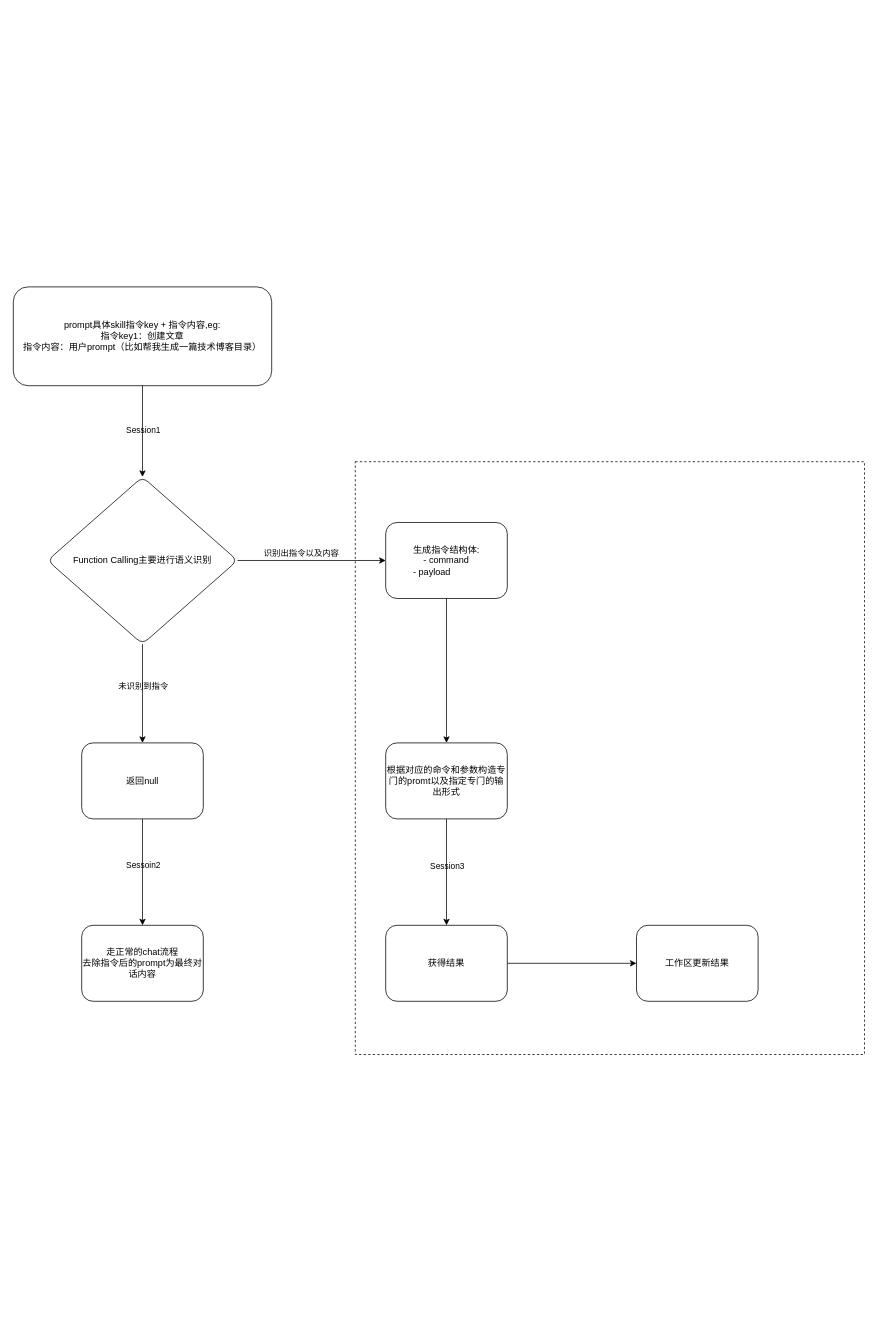
Above: 未命名绘图.drawio in GogoWwz/tarvis-diagrams (draw.io), before the change. Source tidied: cells renumbered, new cells numbered last; positions are measured from the earlier drawing's top-left corner, leaving out a move shared by most shapes. Both pictures are drawn from the tidied source at 76%, with x=0, y=0 at pixel (13, 287).
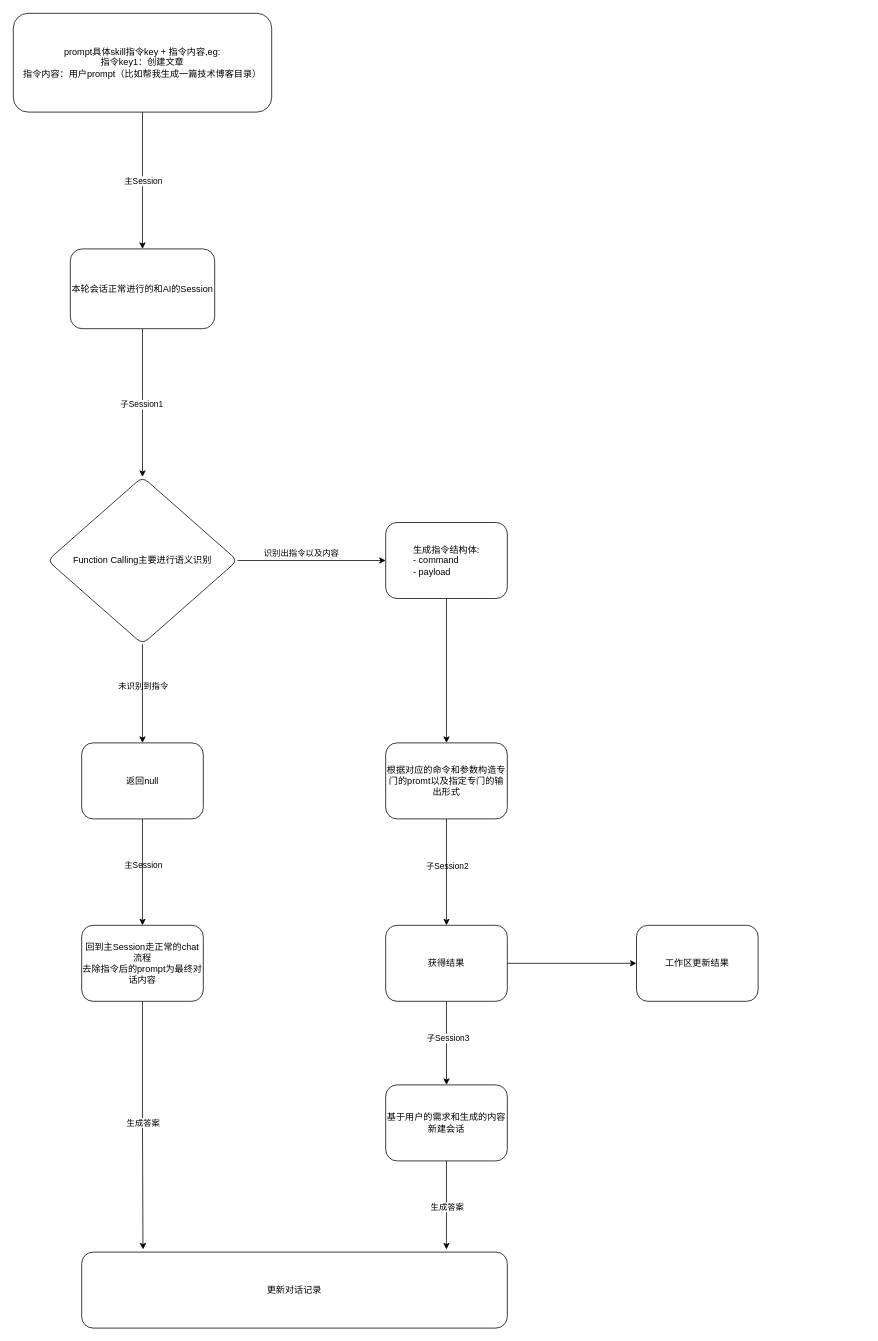
The same diagram, later.

Commit message:
更新未命名绘图.drawio

Unchanged cells that the change refers to:
```xml
<mxCell id="10" value="Function Calling主要进行语义识别" style="rhombus;whiteSpace=wrap;html=1;rounded=1;glass=0;strokeWidth=1;shadow=0;labelBackgroundColor=none;" parent="1" vertex="1">
  <mxGeometry x="45" y="250" width="250" height="220" as="geometry" />
</mxCell>
<mxCell id="13" style="edgeStyle=orthogonalEdgeStyle;rounded=0;jettySize=auto;html=1;labelBackgroundColor=none;fontColor=default;" parent="1" edge="1" source="15" target="16">
  <mxGeometry relative="1" as="geometry" />
</mxCell>
<mxCell id="17" style="edgeStyle=orthogonalEdgeStyle;rounded=0;jettySize=auto;html=1;labelBackgroundColor=none;fontColor=default;" parent="1" edge="1" source="19" target="21">
  <mxGeometry relative="1" as="geometry" />
</mxCell>
<mxCell id="21" value="获得结果" style="whiteSpace=wrap;html=1;rounded=1;glass=0;strokeWidth=1;shadow=0;labelBackgroundColor=none;" parent="1" vertex="1">
  <mxGeometry x="490" y="840" width="160" height="100" as="geometry" />
</mxCell>
```

Change to the diagram source:
```diff
@@
-    <mxCell id="2" style="rounded=0;whiteSpace=wrap;html=1;labelBackgroundColor=none;dashed=1;strokeWidth=1;fillStyle=auto;glass=0;" parent="1" vertex="1">
-      <mxGeometry x="450" y="230" width="670" height="780" as="geometry" />
-    </mxCell>
-    <mxCell id="3" style="edgeStyle=orthogonalEdgeStyle;rounded=0;jettySize=auto;html=1;labelBackgroundColor=none;fontColor=default;" parent="1" edge="1" source="5" target="10">
-      <mxGeometry relative="1" as="geometry" />
-    </mxCell>
-    <mxCell id="4" value="Session1" style="edgeLabel;html=1;align=center;verticalAlign=middle;labelBackgroundColor=none;" parent="3" vertex="1">
-      <mxGeometry x="-0.03" y="-2" relative="1" as="geometry">
-        <mxPoint x="2" as="offset" />
-      </mxGeometry>
-    </mxCell>
+    <mxCell id="23" style="edgeStyle=orthogonalEdgeStyle;rounded=0;jettySize=auto;html=1;" parent="1" edge="1" source="5" target="31">
+      <mxGeometry relative="1" as="geometry" />
+    </mxCell>
+    <mxCell id="24" value="主Session" style="edgeLabel;html=1;align=center;verticalAlign=middle;" parent="23" vertex="1">
+      <mxGeometry x="-0.3" relative="1" as="geometry">
+        <mxPoint y="27" as="offset" />
+      </mxGeometry>
+    </mxCell>
     <mxCell id="5" value="prompt具体skill指令key + 指令内容,eg:&lt;br&gt;指令key1：创建文章&lt;br&gt;指令内容：用户prompt（比如帮我生成一篇技术博客目录）" style="rounded=1;whiteSpace=wrap;html=1;fontSize=12;glass=0;strokeWidth=1;shadow=0;labelBackgroundColor=none;" parent="1" vertex="1">
-      <mxGeometry width="340" height="130" as="geometry" />
+      <mxGeometry y="-360" width="340" height="130" as="geometry" />
     </mxCell>
@@
-    <mxCell id="12" value="生成指令结构体:&lt;br&gt;- command&lt;br&gt;&lt;div style=&quot;text-align: left;&quot;&gt;&lt;span style=&quot;background-color: initial;&quot;&gt;- payload&lt;/span&gt;&lt;/div&gt;" style="whiteSpace=wrap;html=1;rounded=1;glass=0;strokeWidth=1;shadow=0;labelBackgroundColor=none;" parent="1" vertex="1">
+    <mxCell id="12" value="生成指令结构体:&lt;br&gt;&lt;div style=&quot;text-align: left;&quot;&gt;&lt;span style=&quot;background-color: initial;&quot;&gt;- command&lt;/span&gt;&lt;/div&gt;&lt;div style=&quot;text-align: left;&quot;&gt;&lt;span style=&quot;background-color: initial;&quot;&gt;- payload&lt;/span&gt;&lt;/div&gt;" style="whiteSpace=wrap;html=1;rounded=1;glass=0;strokeWidth=1;shadow=0;labelBackgroundColor=none;" parent="1" vertex="1">
       <mxGeometry x="490" y="310" width="160" height="100" as="geometry" />
     </mxCell>
@@
-    <mxCell id="14" value="Sessoin2" style="edgeLabel;html=1;align=center;verticalAlign=middle;labelBackgroundColor=none;" parent="13" vertex="1">
+    <mxCell id="14" value="主Session" style="edgeLabel;html=1;align=center;verticalAlign=middle;labelBackgroundColor=none;" parent="13" vertex="1">
       <mxGeometry x="-0.21" y="1" relative="1" as="geometry">
         <mxPoint x="-1" y="5" as="offset" />
       </mxGeometry>
     </mxCell>
@@
+    <mxCell id="25" style="edgeStyle=orthogonalEdgeStyle;rounded=0;jettySize=auto;html=1;entryX=0.144;entryY=-0.035;entryDx=0;entryDy=0;entryPerimeter=0;" parent="1" edge="1" source="16" target="32">
+      <mxGeometry relative="1" as="geometry" />
+    </mxCell>
+    <mxCell id="26" value="生成答案" style="edgeLabel;html=1;align=center;verticalAlign=middle;" parent="25" vertex="1">
+      <mxGeometry x="-0.03" relative="1" as="geometry" />
+    </mxCell>
-    <mxCell id="16" value="走正常的chat流程&lt;br&gt;去除指令后的prompt为最终对话内容" style="whiteSpace=wrap;html=1;rounded=1;glass=0;strokeWidth=1;shadow=0;labelBackgroundColor=none;" parent="1" vertex="1">
+    <mxCell id="16" value="回到主Session走正常的chat流程&lt;br&gt;去除指令后的prompt为最终对话内容" style="whiteSpace=wrap;html=1;rounded=1;glass=0;strokeWidth=1;shadow=0;labelBackgroundColor=none;" parent="1" vertex="1">
       <mxGeometry x="90" y="840" width="160" height="100" as="geometry" />
     </mxCell>
@@
-    <mxCell id="18" value="Session3" style="edgeLabel;html=1;align=center;verticalAlign=middle;labelBackgroundColor=none;" parent="17" vertex="1">
+    <mxCell id="18" value="子Session2" style="edgeLabel;html=1;align=center;verticalAlign=middle;labelBackgroundColor=none;" parent="17" vertex="1">
       <mxGeometry x="-0.06" relative="1" as="geometry">
         <mxPoint y="-5" as="offset" />
       </mxGeometry>
     </mxCell>
@@
+    <mxCell id="27" style="edgeStyle=orthogonalEdgeStyle;rounded=0;jettySize=auto;html=1;" parent="1" edge="1" source="21" target="35">
+      <mxGeometry relative="1" as="geometry" />
+    </mxCell>
+    <mxCell id="28" value="子Session3" style="edgeLabel;html=1;align=center;verticalAlign=middle;" parent="27" vertex="1">
+      <mxGeometry x="-0.12" y="1" relative="1" as="geometry" />
+    </mxCell>
@@
+    <mxCell id="29" style="edgeStyle=orthogonalEdgeStyle;rounded=0;jettySize=auto;html=1;entryX=0.5;entryY=0;entryDx=0;entryDy=0;" parent="1" edge="1" source="31" target="10">
+      <mxGeometry relative="1" as="geometry" />
+    </mxCell>
+    <mxCell id="30" value="子Session1" style="edgeLabel;html=1;align=center;verticalAlign=middle;" parent="29" vertex="1">
+      <mxGeometry x="0.02" y="-2" relative="1" as="geometry" />
+    </mxCell>
+    <mxCell id="31" value="本轮会话正常进行的和AI的Session" style="whiteSpace=wrap;html=1;rounded=1;glass=0;strokeWidth=1;shadow=0;labelBackgroundColor=none;" parent="1" vertex="1">
+      <mxGeometry x="75" y="-50" width="190" height="105" as="geometry" />
+    </mxCell>
+    <mxCell id="32" value="更新对话记录" style="whiteSpace=wrap;html=1;rounded=1;glass=0;strokeWidth=1;shadow=0;labelBackgroundColor=none;" parent="1" vertex="1">
+      <mxGeometry x="90" y="1270" width="560" height="100" as="geometry" />
+    </mxCell>
+    <mxCell id="33" style="edgeStyle=orthogonalEdgeStyle;rounded=0;jettySize=auto;html=1;entryX=0.857;entryY=-0.035;entryDx=0;entryDy=0;entryPerimeter=0;" parent="1" edge="1" source="35" target="32">
+      <mxGeometry relative="1" as="geometry" />
+    </mxCell>
+    <mxCell id="34" value="生成答案" style="edgeLabel;html=1;align=center;verticalAlign=middle;" parent="33" vertex="1">
+      <mxGeometry x="0.05" y="1" relative="1" as="geometry" />
+    </mxCell>
+    <mxCell id="35" value="基于用户的需求和生成的内容&lt;br&gt;新建会话" style="whiteSpace=wrap;html=1;rounded=1;glass=0;strokeWidth=1;shadow=0;labelBackgroundColor=none;" parent="1" vertex="1">
+      <mxGeometry x="490" y="1050" width="160" height="100" as="geometry" />
+    </mxCell>
```
